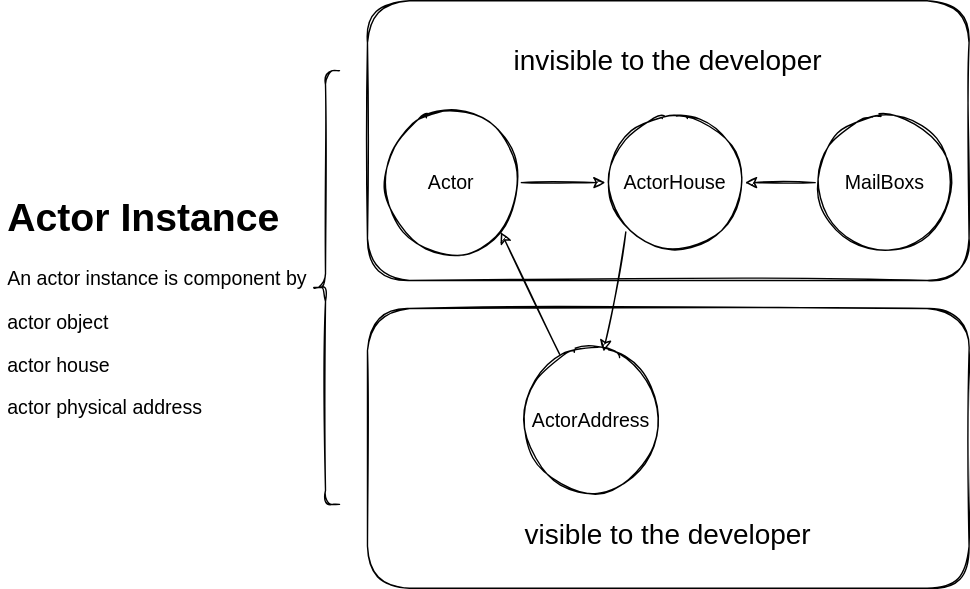
This is docs/_assets/images/actor_instance.drawio.svg from otavia-projects/otavia, a draw.io export, as it was before one commit. Source tidied: cells renumbered, new cells last; positions are measured from the earlier drawing's top-left corner, leaving out a move shared by most shapes.
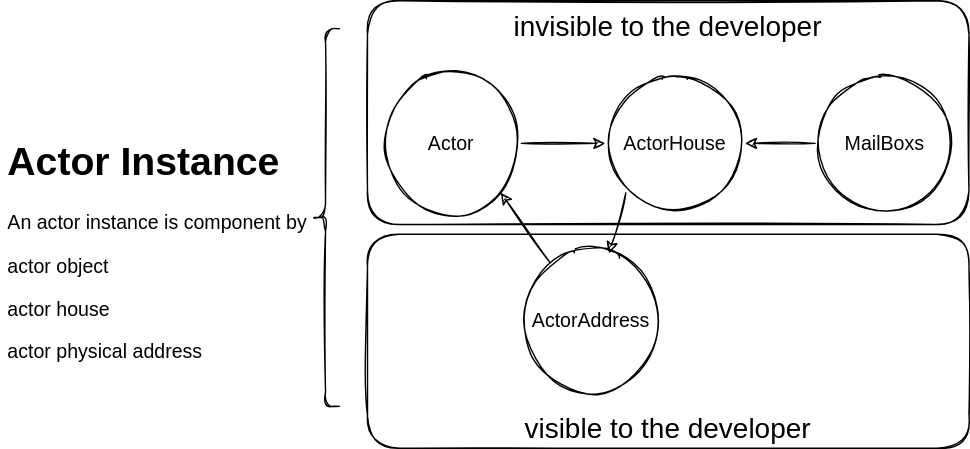
The same diagram one commit later.

Commit message:
docs: adjust size

The edit, as a diff of the source:
```diff
@@ -2,38 +2,38 @@
   <root>
     <mxCell id="0" />
     <mxCell id="1" parent="0" />
-    <mxCell id="2" value="&lt;br style=&quot;font-size: 20px;&quot;&gt;&lt;span style=&quot;font-size: 20px;&quot;&gt;visible to the developer&lt;br&gt;&lt;br&gt;&lt;/span&gt;" style="rounded=1;whiteSpace=wrap;html=1;verticalAlign=bottom;align=center;sketch=1;" parent="1" vertex="1">
-      <mxGeometry x="262" y="220" width="430" height="200" as="geometry" />
+    <mxCell id="2" value="&lt;br style=&quot;font-size: 20px;&quot;&gt;&lt;span style=&quot;font-size: 20px;&quot;&gt;visible to the developer&lt;br&gt;&lt;/span&gt;" style="rounded=1;whiteSpace=wrap;html=1;verticalAlign=bottom;align=center;sketch=1;" parent="1" vertex="1">
+      <mxGeometry x="262" y="207" width="430" height="153" as="geometry" />
     </mxCell>
-    <mxCell id="3" value="&lt;br&gt;invisible to the developer" style="rounded=1;whiteSpace=wrap;html=1;verticalAlign=top;fontSize=20;sketch=1;" parent="1" vertex="1">
-      <mxGeometry x="262" width="430" height="200" as="geometry" />
+    <mxCell id="3" value="invisible to the developer" style="rounded=1;whiteSpace=wrap;html=1;verticalAlign=top;fontSize=20;sketch=1;" parent="1" vertex="1">
+      <mxGeometry x="262" y="40" width="430" height="160" as="geometry" />
     </mxCell>
     <mxCell id="4" style="edgeStyle=none;rounded=0;jettySize=auto;html=1;sketch=1;" parent="1" edge="1" source="5" target="9">
       <mxGeometry relative="1" as="geometry" />
     </mxCell>
     <mxCell id="5" value="Actor" style="ellipse;whiteSpace=wrap;html=1;fontSize=14;sketch=1;" parent="1" vertex="1">
-      <mxGeometry x="272" y="80" width="100" height="100" as="geometry" />
+      <mxGeometry x="272" y="92" width="100" height="100" as="geometry" />
     </mxCell>
     <mxCell id="6" style="edgeStyle=none;rounded=0;jettySize=auto;html=1;entryX=1;entryY=1;entryDx=0;entryDy=0;sketch=1;" parent="1" edge="1" source="7" target="5">
       <mxGeometry relative="1" as="geometry" />
     </mxCell>
     <mxCell id="7" value="ActorAddress" style="ellipse;whiteSpace=wrap;html=1;fontSize=14;sketch=1;" parent="1" vertex="1">
-      <mxGeometry x="372" y="250" width="100" height="100" as="geometry" />
+      <mxGeometry x="372" y="219" width="100" height="100" as="geometry" />
     </mxCell>
     <mxCell id="8" style="edgeStyle=none;rounded=0;jettySize=auto;html=1;exitX=0;exitY=1;exitDx=0;exitDy=0;sketch=1;" parent="1" edge="1" source="9" target="7">
       <mxGeometry relative="1" as="geometry" />
     </mxCell>
     <mxCell id="9" value="ActorHouse" style="ellipse;whiteSpace=wrap;html=1;fontSize=14;sketch=1;" parent="1" vertex="1">
-      <mxGeometry x="432" y="80" width="100" height="100" as="geometry" />
+      <mxGeometry x="432" y="92" width="100" height="100" as="geometry" />
     </mxCell>
     <mxCell id="10" style="edgeStyle=none;rounded=0;jettySize=auto;html=1;sketch=1;" parent="1" edge="1" source="11" target="9">
       <mxGeometry relative="1" as="geometry" />
     </mxCell>
     <mxCell id="11" value="MailBoxs" style="ellipse;whiteSpace=wrap;html=1;fontSize=14;sketch=1;" parent="1" vertex="1">
-      <mxGeometry x="582" y="80" width="100" height="100" as="geometry" />
+      <mxGeometry x="582" y="92" width="100" height="100" as="geometry" />
     </mxCell>
     <mxCell id="12" style="shape=curlyBracket;whiteSpace=wrap;html=1;rounded=1;labelPosition=left;verticalLabelPosition=middle;align=right;verticalAlign=middle;fontSize=14;sketch=1;" parent="1" vertex="1">
-      <mxGeometry x="222" y="50" width="20" height="310" as="geometry" />
+      <mxGeometry x="222" y="60" width="20" height="270" as="geometry" />
     </mxCell>
     <mxCell id="13" value="&lt;h1&gt;Actor Instance&lt;/h1&gt;&lt;p&gt;An actor instance is component by&amp;nbsp;&lt;/p&gt;&lt;p&gt;actor object&lt;/p&gt;&lt;p&gt;actor house&lt;/p&gt;&lt;p&gt;actor physical address&lt;/p&gt;" style="text;html=1;strokeColor=none;fillColor=none;spacing=5;spacingTop=-20;whiteSpace=wrap;overflow=hidden;rounded=0;fontSize=14;sketch=1;" parent="1" vertex="1">
       <mxGeometry y="130" width="230" height="180" as="geometry" />
```
